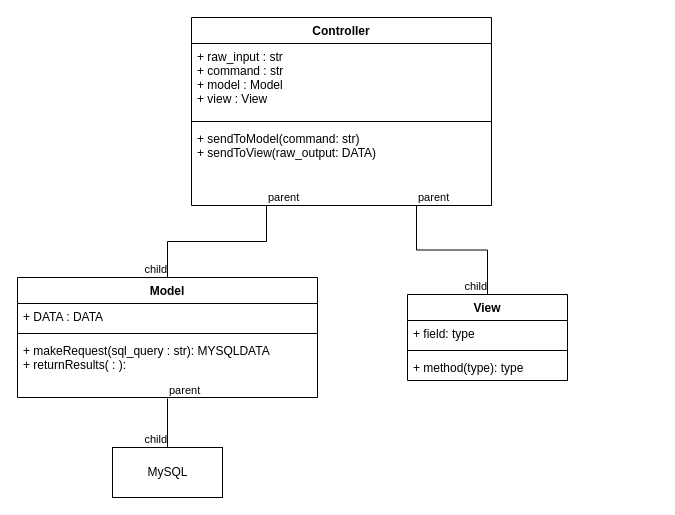
The draw.io diagram cookbookUML.drawio in pomrenkel/cookbook, before the edit. Source tidied: cells renumbered, new cells numbered last; positions are measured from the earlier drawing's top-left corner, leaving out a move shared by most shapes. Both pictures are drawn from the tidied source at 100%, with x=0, y=0 at pixel (17, 17).
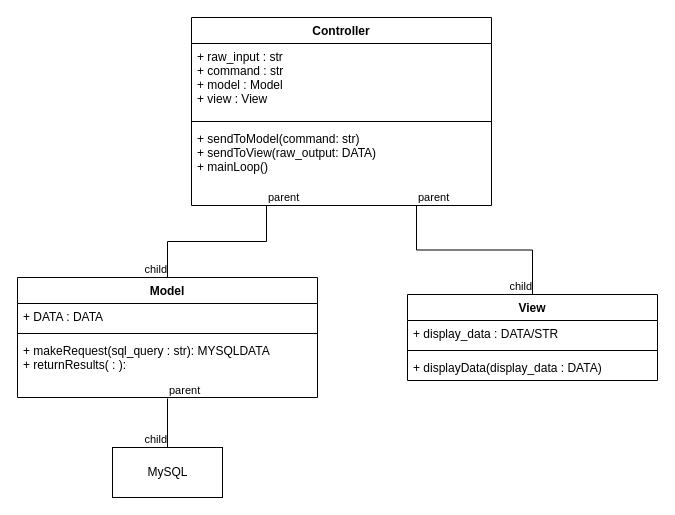
After the change.

Commit message (it also covers changes not shown here):
Added loadConfig method to read in YAML config file

The change refers to these unchanged cells:
```xml
<mxCell id="2" value="Controller" style="swimlane;fontStyle=1;align=center;verticalAlign=top;horizontal=1;startSize=26;" parent="1" vertex="1">
  <mxGeometry x="174" width="300" height="188" as="geometry" />
</mxCell>
```

Change to the diagram source:
```diff
@@
-    <mxCell id="5" value="+ sendToModel(command: str) &#10;+ sendToView(raw_output: DATA)" style="text;strokeColor=none;fillColor=none;align=left;verticalAlign=top;spacingLeft=4;spacingRight=4;overflow=hidden;" parent="2" vertex="1">
+    <mxCell id="5" value="+ sendToModel(command: str) &#10;+ sendToView(raw_output: DATA)&#10;+ mainLoop()" style="text;strokeColor=none;fillColor=none;align=left;verticalAlign=top;spacingLeft=4;spacingRight=4;overflow=hidden;" parent="2" vertex="1">
       <mxGeometry y="108" width="300" height="80" as="geometry" />
     </mxCell>
@@
     <mxCell id="11" value="View&#10;" style="swimlane;fontStyle=1;align=center;verticalAlign=top;horizontal=1;startSize=26;" parent="1" vertex="1">
-      <mxGeometry x="390" y="277" width="160" height="86" as="geometry" />
+      <mxGeometry x="390" y="277" width="250" height="86" as="geometry" />
     </mxCell>
-    <mxCell id="12" value="+ field: type" style="text;strokeColor=none;fillColor=none;align=left;verticalAlign=top;spacingLeft=4;spacingRight=4;overflow=hidden;" parent="11" vertex="1">
-      <mxGeometry y="26" width="160" height="26" as="geometry" />
+    <mxCell id="12" value="+ display_data : DATA/STR" style="text;strokeColor=none;fillColor=none;align=left;verticalAlign=top;spacingLeft=4;spacingRight=4;overflow=hidden;" parent="11" vertex="1">
+      <mxGeometry y="26" width="250" height="26" as="geometry" />
     </mxCell>
     <mxCell id="13" style="line;strokeWidth=1;fillColor=none;align=left;verticalAlign=middle;spacingTop=-1;spacingLeft=3;spacingRight=3;labelPosition=right;" parent="11" vertex="1">
-      <mxGeometry y="52" width="160" height="8" as="geometry" />
+      <mxGeometry y="52" width="250" height="8" as="geometry" />
     </mxCell>
-    <mxCell id="14" value="+ method(type): type" style="text;strokeColor=none;fillColor=none;align=left;verticalAlign=top;spacingLeft=4;spacingRight=4;overflow=hidden;" parent="11" vertex="1">
-      <mxGeometry y="60" width="160" height="26" as="geometry" />
+    <mxCell id="14" value="+ displayData(display_data : DATA)" style="text;strokeColor=none;fillColor=none;align=left;verticalAlign=top;spacingLeft=4;spacingRight=4;overflow=hidden;" parent="11" vertex="1">
+      <mxGeometry y="60" width="250" height="26" as="geometry" />
     </mxCell>
```
